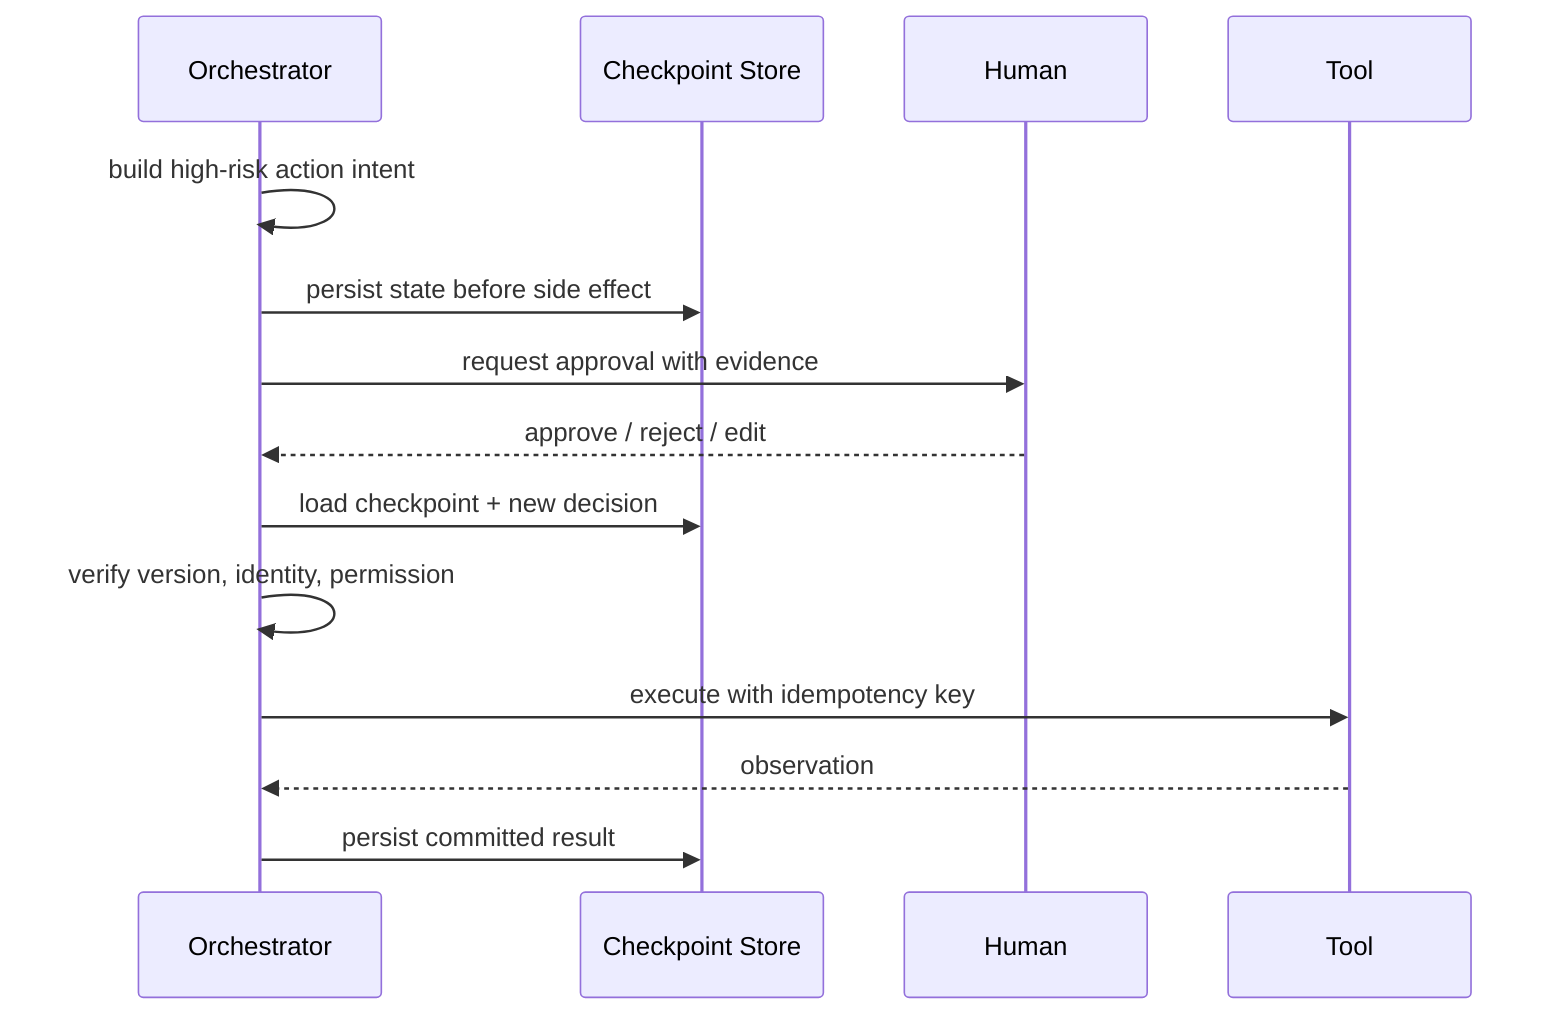
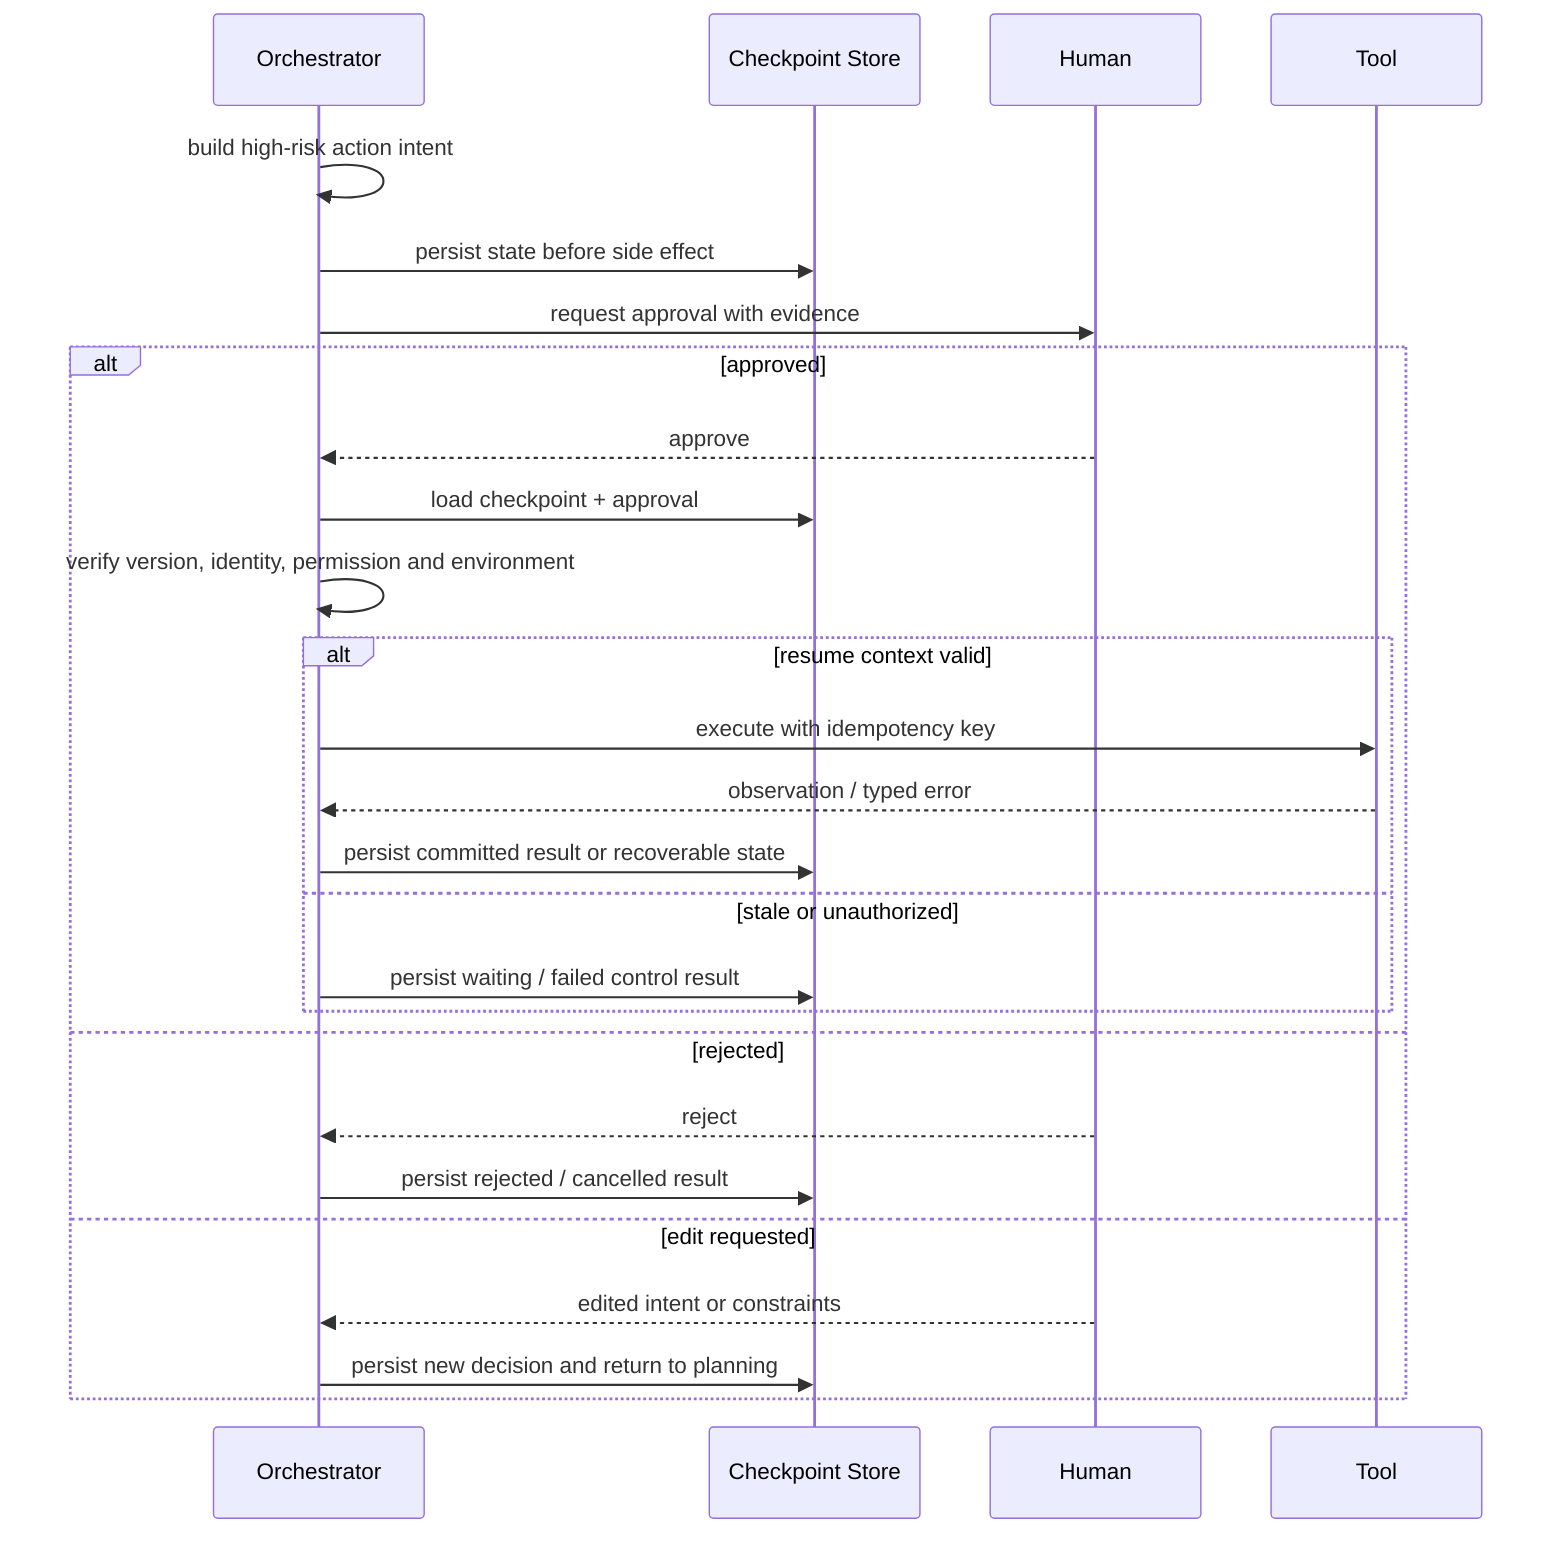
sequenceDiagram
    participant O as Orchestrator
    participant C as Checkpoint Store
    participant H as Human
    participant T as Tool

    O->>O: build high-risk action intent
    O->>C: persist state before side effect
    O->>H: request approval with evidence
-     H-->>O: approve / reject / edit
-     O->>C: load checkpoint + new decision
-     O->>O: verify version, identity, permission
-     O->>T: execute with idempotency key
-     T-->>O: observation
-     O->>C: persist committed result
+     alt approved
+         H-->>O: approve
+         O->>C: load checkpoint + approval
+         O->>O: verify version, identity, permission and environment
+         alt resume context valid
+             O->>T: execute with idempotency key
+             T-->>O: observation / typed error
+             O->>C: persist committed result or recoverable state
+         else stale or unauthorized
+             O->>C: persist waiting / failed control result
+         end
+     else rejected
+         H-->>O: reject
+         O->>C: persist rejected / cancelled result
+     else edit requested
+         H-->>O: edited intent or constraints
+         O->>C: persist new decision and return to planning
+     end
